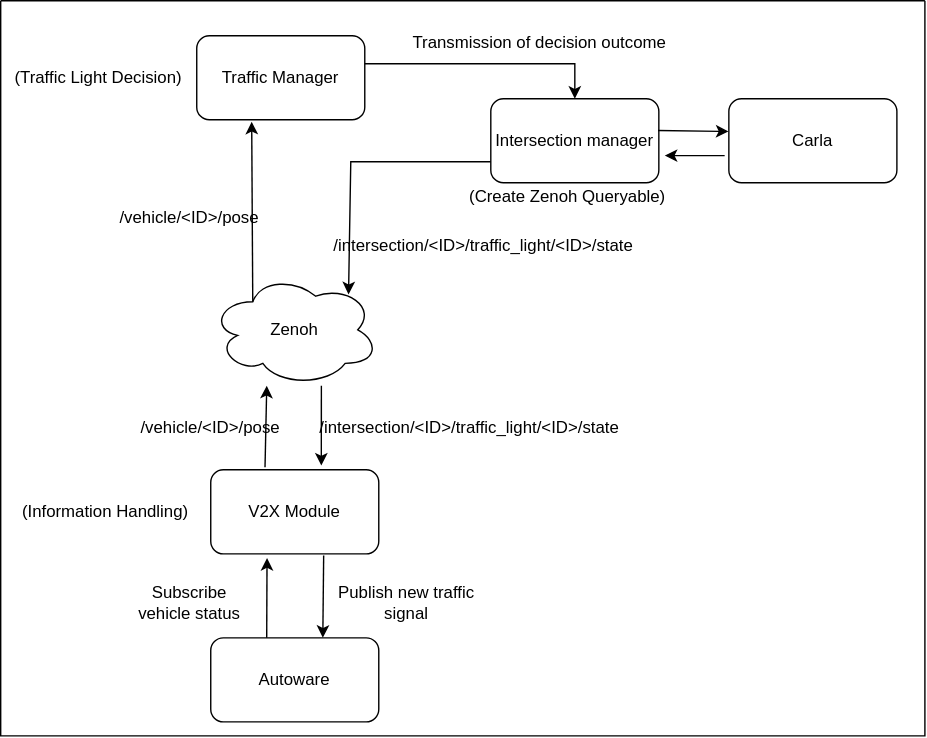
Above: resource/Autoware_V2X_Zenoh_Architecture.svg in evshary/zenoh_autoware_v2x (draw.io), before the change. Source tidied: cells renumbered, new cells last; positions are measured from the earlier drawing's top-left corner, leaving out a move shared by most shapes.
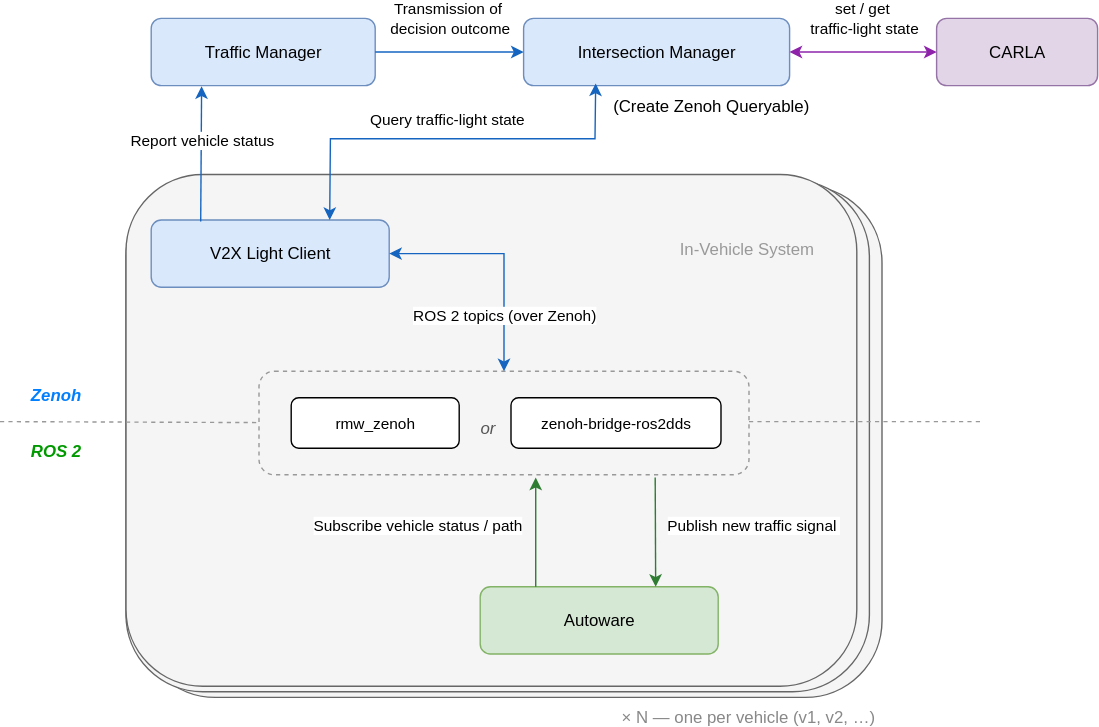
After the change.

The edit, as a diff of the source:
```diff
@@ -2,96 +2,107 @@
   <root>
     <mxCell id="0" />
     <mxCell id="1" parent="0" />
+    <mxCell id="28" style="rounded=1;whiteSpace=wrap;html=1;fillColor=#f5f5f5;fontColor=#333333;strokeColor=#666666;" parent="1" vertex="1">
+      <mxGeometry x="58" y="192.5" width="531" height="365.5" as="geometry" />
+    </mxCell>
+    <mxCell id="29" style="rounded=1;whiteSpace=wrap;html=1;fillColor=#f5f5f5;fontColor=#333333;strokeColor=#666666;" parent="1" vertex="1">
+      <mxGeometry x="49" y="188.5" width="531" height="365.5" as="geometry" />
+    </mxCell>
+    <mxCell id="30" style="rounded=1;whiteSpace=wrap;html=1;fillColor=#f5f5f5;fontColor=#333333;strokeColor=#666666;" parent="1" vertex="1">
+      <mxGeometry x="49" y="184.5" width="522" height="365.5" as="geometry" />
+    </mxCell>
+    <mxCell id="31" value="V2X Light Client" style="rounded=1;whiteSpace=wrap;html=1;fillColor=#dae8fc;strokeColor=#6c8ebf;fontSize=12;" parent="1" vertex="1">
+      <mxGeometry x="67" y="217" width="170" height="48" as="geometry" />
+    </mxCell>
+    <mxCell id="32" style="endArrow=none;dashed=1;html=1;strokeColor=#999999;" parent="1" edge="1">
+      <mxGeometry relative="1" as="geometry">
+        <mxPoint x="-41" y="361" as="sourcePoint" />
+        <mxPoint x="144" y="361.7" as="targetPoint" />
+      </mxGeometry>
+    </mxCell>
+    <mxCell id="33" style="endArrow=none;dashed=1;html=1;strokeColor=#999999;" parent="1" edge="1">
+      <mxGeometry relative="1" as="geometry">
+        <mxPoint x="494" y="361" as="sourcePoint" />
+        <mxPoint x="661" y="361" as="targetPoint" />
+      </mxGeometry>
+    </mxCell>
-    <mxCell id="2" value="Zenoh" style="ellipse;shape=cloud;whiteSpace=wrap;html=1;" parent="1" vertex="1">
-      <mxGeometry x="150" y="195" width="120" height="80" as="geometry" />
+    <mxCell id="2" value="Zenoh" style="text;html=1;align=left;fontColor=#007FFF;fontStyle=3;verticalAlign=middle;labelBackgroundColor=none;" parent="1" vertex="1">
+      <mxGeometry x="-21" y="332" width="70" height="20" as="geometry" />
     </mxCell>
-    <mxCell id="3" value="V2X Module" style="rounded=1;whiteSpace=wrap;html=1;" parent="1" vertex="1">
-      <mxGeometry x="150" y="335" width="120" height="60" as="geometry" />
-    </mxCell>
-    <mxCell id="4" style="endArrow=classic;html=1;rounded=0;entryX=0.658;entryY=-0.05;entryDx=0;entryDy=0;entryPerimeter=0;" parent="1" edge="1" target="3">
-      <mxGeometry relative="1" as="geometry">
-        <mxPoint x="229" y="275" as="sourcePoint" />
-      </mxGeometry>
-    </mxCell>
-    <mxCell id="5" style="endArrow=classic;html=1;rounded=0;exitX=0.323;exitY=-0.03;exitDx=0;exitDy=0;exitPerimeter=0;" parent="1" edge="1" source="3">
-      <mxGeometry relative="1" as="geometry">
-        <mxPoint x="190" y="275" as="targetPoint" />
-      </mxGeometry>
-    </mxCell>
+    <mxCell id="34" value="ROS 2" style="text;html=1;align=left;fontColor=#009900;fontStyle=3;verticalAlign=middle;" parent="1" vertex="1">
+      <mxGeometry x="-21" y="372" width="70" height="20" as="geometry" />
+    </mxCell>
+    <mxCell id="16" value="Traffic Manager" style="rounded=1;whiteSpace=wrap;html=1;fillColor=#dae8fc;strokeColor=#6c8ebf;fontSize=12;" parent="1" vertex="1">
+      <mxGeometry x="67" y="73" width="160" height="48" as="geometry" />
+    </mxCell>
+    <mxCell id="35" value="Intersection Manager" style="rounded=1;whiteSpace=wrap;html=1;fillColor=#dae8fc;strokeColor=#6c8ebf;fontSize=12;" parent="1" vertex="1">
+      <mxGeometry x="333" y="73" width="190" height="48" as="geometry" />
+    </mxCell>
+    <mxCell id="36" value="CARLA" style="rounded=1;whiteSpace=wrap;html=1;fontSize=12;strokeColor=#9673a6;fillColor=#e1d5e7;" parent="1" vertex="1">
+      <mxGeometry x="628" y="73" width="115" height="48" as="geometry" />
+    </mxCell>
+    <mxCell id="37" style="rounded=1;whiteSpace=wrap;html=1;dashed=1;fillColor=none;strokeColor=#999999;verticalAlign=top;fontStyle=2;fontSize=9;fontColor=#888888;" parent="1" vertex="1">
+      <mxGeometry x="144" y="325" width="350" height="74" as="geometry" />
+    </mxCell>
+    <mxCell id="38" value="rmw_zenoh" style="rounded=1;whiteSpace=wrap;html=1;fontSize=11;" parent="1" vertex="1">
+      <mxGeometry x="167" y="344" width="120" height="36" as="geometry" />
+    </mxCell>
+    <mxCell id="39" value="or" style="text;html=1;align=center;fontColor=#555555;fontStyle=2;" parent="1" vertex="1">
+      <mxGeometry x="289" y="352" width="36" height="20" as="geometry" />
+    </mxCell>
+    <mxCell id="40" value="zenoh-bridge-ros2dds" style="rounded=1;whiteSpace=wrap;html=1;fontSize=11;" parent="1" vertex="1">
+      <mxGeometry x="324" y="344" width="150" height="36" as="geometry" />
+    </mxCell>
-    <mxCell id="6" value="Autoware" style="rounded=1;whiteSpace=wrap;html=1;" parent="1" vertex="1">
-      <mxGeometry x="150" y="455" width="120" height="60" as="geometry" />
+    <mxCell id="6" value="Autoware" style="rounded=1;whiteSpace=wrap;html=1;fillColor=#d5e8d4;strokeColor=#82b366;fontSize=12;" parent="1" vertex="1">
+      <mxGeometry x="302" y="479" width="170" height="48" as="geometry" />
     </mxCell>
-    <mxCell id="7" value="/intersection/&amp;lt;ID&amp;gt;/traffic_light/&amp;lt;ID&amp;gt;/state" style="text;html=1;strokeColor=none;fillColor=none;align=center;verticalAlign=middle;whiteSpace=wrap;rounded=0;" parent="1" vertex="1">
-      <mxGeometry x="220" y="285" width="230" height="40" as="geometry" />
-    </mxCell>
-    <mxCell id="8" value="/vehicle/&amp;lt;ID&amp;gt;/pose" style="text;html=1;strokeColor=none;fillColor=none;align=center;verticalAlign=middle;whiteSpace=wrap;rounded=0;" parent="1" vertex="1">
-      <mxGeometry x="60" y="295" width="180" height="20" as="geometry" />
-    </mxCell>
-    <mxCell id="9" value="Intersection manager" style="rounded=1;whiteSpace=wrap;html=1;" parent="1" vertex="1">
-      <mxGeometry x="350" y="70" width="120" height="60" as="geometry" />
-    </mxCell>
-    <mxCell id="10" style="endArrow=classic;html=1;rounded=0;exitX=0;exitY=0.75;exitDx=0;exitDy=0;entryX=0.82;entryY=0.184;entryDx=0;entryDy=0;entryPerimeter=0;" parent="1" edge="1" source="9" target="2">
-      <mxGeometry relative="1" as="geometry">
-        <Array as="points">
-          <mxPoint x="250" y="115" />
-        </Array>
-      </mxGeometry>
-    </mxCell>
-    <mxCell id="11" value="/intersection/&amp;lt;ID&amp;gt;/traffic_light/&amp;lt;ID&amp;gt;/state" style="text;html=1;strokeColor=none;fillColor=none;align=center;verticalAlign=middle;whiteSpace=wrap;rounded=0;" parent="1" vertex="1">
-      <mxGeometry x="230" y="155" width="230" height="40" as="geometry" />
-    </mxCell>
-    <mxCell id="12" style="endArrow=classic;html=1;rounded=0;entryX=0.667;entryY=0;entryDx=0;entryDy=0;entryPerimeter=0;exitX=0.672;exitY=1.019;exitDx=0;exitDy=0;exitPerimeter=0;" parent="1" edge="1" source="3" target="6">
-      <mxGeometry relative="1" as="geometry" />
-    </mxCell>
-    <mxCell id="13" style="endArrow=classic;html=1;rounded=0;exitX=0.333;exitY=0;exitDx=0;exitDy=0;exitPerimeter=0;entryX=0.335;entryY=1.05;entryDx=0;entryDy=0;entryPerimeter=0;" parent="1" edge="1" source="6" target="3">
-      <mxGeometry relative="1" as="geometry" />
-    </mxCell>
+    <mxCell id="41" value="&lt;div&gt;Report vehicle status&lt;/div&gt;" style="endArrow=classic;html=1;rounded=0;strokeColor=#1565c0;exitX=0.208;exitY=0.021;exitDx=0;exitDy=0;exitPerimeter=0;" parent="1" edge="1" source="31">
+      <mxGeometry x="0.19" relative="1" as="geometry">
+        <mxPoint x="103" y="121.5" as="targetPoint" />
+      </mxGeometry>
+    </mxCell>
+    <mxCell id="23" value="Transmission of&amp;nbsp;&lt;br&gt;decision outcome" style="endArrow=classic;startArrow=none;html=1;rounded=0;strokeColor=#1565c0;startFill=0;exitX=1;exitY=0.5;exitDx=0;exitDy=0;entryX=0;entryY=0.5;entryDx=0;entryDy=0;" parent="1" edge="1" source="16" target="35">
+      <mxGeometry y="24" relative="1" as="geometry" />
+    </mxCell>
+    <mxCell id="42" value="Query traffic-light state" style="endArrow=classic;startArrow=classic;html=1;rounded=0;strokeColor=#1565c0;exitX=0.75;exitY=0;exitDx=0;exitDy=0;startFill=1;endFill=1;entryX=0.271;entryY=0.967;entryDx=0;entryDy=0;entryPerimeter=0;" parent="1" edge="1" source="31" target="35">
+      <mxGeometry x="-0.02" y="14" relative="1" as="geometry">
+        <Array as="points">
+          <mxPoint x="195" y="159" />
+          <mxPoint x="267" y="159" />
+          <mxPoint x="384" y="159" />
+        </Array>
+      </mxGeometry>
+    </mxCell>
+    <mxCell id="43" value="&lt;div&gt;set / get&amp;nbsp;&lt;/div&gt;&lt;div&gt;traffic-light state&lt;/div&gt;" style="endArrow=classic;startArrow=classic;html=1;rounded=0;strokeColor=light-dark(#8E24AA,#FFCCFF);entryX=0;entryY=0.5;entryDx=0;entryDy=0;exitX=1;exitY=0.5;exitDx=0;exitDy=0;" parent="1" edge="1" source="35" target="36">
+      <mxGeometry x="0.02" y="24" relative="1" as="geometry" />
+    </mxCell>
-    <mxCell id="14" value="Publish new traffic signal" style="text;html=1;strokeColor=none;fillColor=none;align=center;verticalAlign=middle;whiteSpace=wrap;rounded=0;" parent="1" vertex="1">
-      <mxGeometry x="230" y="415" width="120" height="30" as="geometry" />
+    <mxCell id="14" value="Publish new traffic signal&amp;nbsp;" style="endArrow=classic;html=1;rounded=0;strokeColor=#2e7d32;" parent="1" edge="1">
+      <mxGeometry x="-0.12" y="70" relative="1" as="geometry">
+        <mxPoint x="427" y="401" as="sourcePoint" />
+        <mxPoint x="427.3" y="479" as="targetPoint" />
+      </mxGeometry>
     </mxCell>
-    <mxCell id="15" value="Subscribe vehicle status" style="text;html=1;strokeColor=none;fillColor=none;align=center;verticalAlign=middle;whiteSpace=wrap;rounded=0;" parent="1" vertex="1">
-      <mxGeometry x="90" y="415" width="90" height="30" as="geometry" />
-    </mxCell>
-    <mxCell id="16" value="Traffic Manager" style="rounded=1;whiteSpace=wrap;html=1;" parent="1" vertex="1">
-      <mxGeometry x="140" y="25" width="120" height="60" as="geometry" />
-    </mxCell>
-    <mxCell id="17" style="endArrow=classic;html=1;rounded=0;entryX=0.327;entryY=1.023;entryDx=0;entryDy=0;entryPerimeter=0;exitX=0.25;exitY=0.25;exitDx=0;exitDy=0;exitPerimeter=0;" parent="1" edge="1" source="2" target="16">
-      <mxGeometry relative="1" as="geometry" />
-    </mxCell>
-    <mxCell id="18" value="/vehicle/&amp;lt;ID&amp;gt;/pose" style="text;html=1;strokeColor=none;fillColor=none;align=center;verticalAlign=middle;whiteSpace=wrap;rounded=0;" parent="1" vertex="1">
-      <mxGeometry x="45" y="145" width="180" height="20" as="geometry" />
-    </mxCell>
-    <mxCell id="19" value="(Information Handling)" style="text;html=1;strokeColor=none;fillColor=none;align=center;verticalAlign=middle;whiteSpace=wrap;rounded=0;" parent="1" vertex="1">
-      <mxGeometry x="10" y="350" width="130" height="30" as="geometry" />
-    </mxCell>
+    <mxCell id="44" value="Subscribe vehicle status / path" style="endArrow=classic;html=1;rounded=0;strokeColor=#2e7d32;" parent="1" edge="1">
+      <mxGeometry x="0.13" y="85" relative="1" as="geometry">
+        <mxPoint x="341.7" y="479" as="sourcePoint" />
+        <mxPoint x="341.7" y="401" as="targetPoint" />
+      </mxGeometry>
+    </mxCell>
+    <mxCell id="45" value="× N — one per vehicle (v1, v2, …)" style="text;html=1;align=center;fontColor=#888888;" parent="1" vertex="1">
+      <mxGeometry x="387.5" y="558" width="210" height="20" as="geometry" />
+    </mxCell>
+    <mxCell id="46" value="&lt;span&gt;ROS 2 topics (over Zenoh)&lt;/span&gt;" style="endArrow=classic;startArrow=classic;html=1;rounded=0;strokeColor=#1565c0;exitX=1;exitY=0.5;exitDx=0;exitDy=0;" parent="1" edge="1" source="31" target="37">
+      <mxGeometry x="0.52" relative="1" as="geometry">
+        <Array as="points">
+          <mxPoint x="319" y="241" />
+        </Array>
+      </mxGeometry>
+    </mxCell>
-    <mxCell id="20" value="(Create Zenoh Queryable)" style="text;html=1;strokeColor=none;fillColor=none;align=center;verticalAlign=middle;whiteSpace=wrap;rounded=0;" parent="1" vertex="1">
-      <mxGeometry x="315" y="125" width="180" height="30" as="geometry" />
+    <mxCell id="20" value="(Create Zenoh Queryable)" style="text;html=1;whiteSpace=wrap;strokeColor=none;fillColor=none;align=center;verticalAlign=middle;rounded=0;" parent="1" vertex="1">
+      <mxGeometry x="392" y="121" width="150" height="30" as="geometry" />
     </mxCell>
-    <mxCell id="21" value="(Traffic Light Decision)" style="text;html=1;strokeColor=none;fillColor=none;align=center;verticalAlign=middle;whiteSpace=wrap;rounded=0;" parent="1" vertex="1">
-      <mxGeometry y="40" width="140" height="30" as="geometry" />
-    </mxCell>
-    <mxCell id="22" style="endArrow=classic;html=1;rounded=0;entryX=0.5;entryY=0;entryDx=0;entryDy=0;" parent="1" edge="1" target="9">
-      <mxGeometry relative="1" as="geometry">
-        <mxPoint x="260" y="45" as="sourcePoint" />
-        <Array as="points">
-          <mxPoint x="410" y="45" />
-        </Array>
-      </mxGeometry>
-    </mxCell>
-    <mxCell id="23" value="Transmission of decision outcome" style="text;html=1;strokeColor=none;fillColor=none;align=center;verticalAlign=middle;whiteSpace=wrap;rounded=0;" parent="1" vertex="1">
-      <mxGeometry x="280" y="15" width="210" height="30" as="geometry" />
-    </mxCell>
-    <mxCell id="24" value="Carla" style="rounded=1;whiteSpace=wrap;html=1;" parent="1" vertex="1">
-      <mxGeometry x="520" y="70" width="120" height="60" as="geometry" />
-    </mxCell>
-    <mxCell id="25" style="endArrow=classic;html=1;rounded=0;entryX=-0.002;entryY=0.39;entryDx=0;entryDy=0;entryPerimeter=0;exitX=0.995;exitY=0.378;exitDx=0;exitDy=0;exitPerimeter=0;" parent="1" edge="1" source="9" target="24">
-      <mxGeometry relative="1" as="geometry" />
-    </mxCell>
-    <mxCell id="26" style="endArrow=classic;html=1;rounded=0;exitX=-0.025;exitY=0.677;exitDx=0;exitDy=0;exitPerimeter=0;entryX=1.035;entryY=0.677;entryDx=0;entryDy=0;entryPerimeter=0;" parent="1" edge="1" source="24" target="9">
-      <mxGeometry relative="1" as="geometry" />
-    </mxCell>
-    <mxCell id="27" style="swimlane;startSize=0;" parent="1" vertex="1">
-      <mxGeometry width="660" height="525" as="geometry" />
-    </mxCell>
+    <mxCell id="47" value="&lt;span style=&quot;&quot;&gt;In-Vehicle&lt;/span&gt;&amp;nbsp;System" style="text;html=1;whiteSpace=wrap;align=center;verticalAlign=middle;rounded=0;fontColor=#999999;" parent="1" vertex="1">
+      <mxGeometry x="443" y="217" width="99" height="41" as="geometry" />
+    </mxCell>
   </root>
 </mxGraphModel>
```
